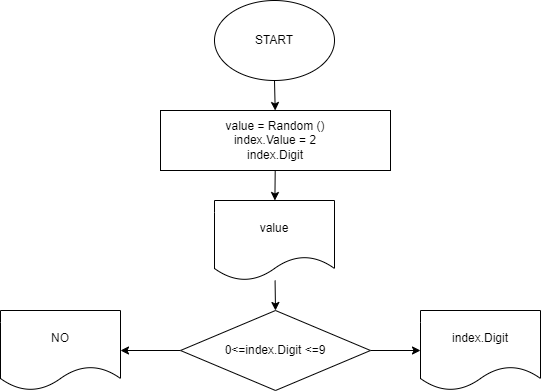
Earlier version of the draw.io export Task13/task13.drawio.png (Justjane2/Homework2). Source tidied: cells renumbered, new cells last; positions are measured from the earlier drawing's top-left corner, leaving out a move shared by most shapes.
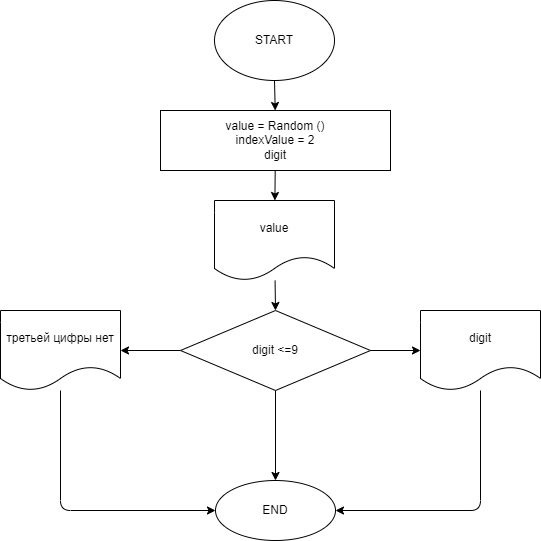
After the commit.

Diff of the diagram source:
```diff
@@ -11,7 +11,7 @@
     <mxCell id="4" style="edgeStyle=none;html=1;" parent="1" edge="1" source="5" target="7">
       <mxGeometry relative="1" as="geometry" />
     </mxCell>
-    <mxCell id="5" value="value = Random ()&lt;br&gt;index.Value = 2&lt;br&gt;index.Digit" style="whiteSpace=wrap;html=1;" parent="1" vertex="1">
+    <mxCell id="5" value="value = Random ()&lt;br&gt;indexValue = 2&lt;br&gt;digit" style="whiteSpace=wrap;html=1;" parent="1" vertex="1">
       <mxGeometry x="160" y="110" width="230" height="60" as="geometry" />
     </mxCell>
     <mxCell id="6" style="edgeStyle=none;html=1;entryX=0.5;entryY=0;entryDx=0;entryDy=0;" parent="1" edge="1" source="7" target="10">
@@ -26,14 +26,34 @@
     <mxCell id="9" style="edgeStyle=none;html=1;" parent="1" edge="1" source="10" target="12">
       <mxGeometry relative="1" as="geometry" />
     </mxCell>
+    <mxCell id="13" style="edgeStyle=none;html=1;" parent="1" edge="1" source="10" target="16">
+      <mxGeometry relative="1" as="geometry" />
+    </mxCell>
-    <mxCell id="10" value="0&amp;lt;=index.Digit &amp;lt;=9" style="rhombus;whiteSpace=wrap;html=1;" parent="1" vertex="1">
+    <mxCell id="10" value="digit &amp;lt;=9" style="rhombus;whiteSpace=wrap;html=1;" parent="1" vertex="1">
       <mxGeometry x="180" y="310" width="190" height="80" as="geometry" />
     </mxCell>
+    <mxCell id="14" style="edgeStyle=none;html=1;entryX=1;entryY=0.5;entryDx=0;entryDy=0;" parent="1" edge="1" source="11" target="16">
+      <mxGeometry relative="1" as="geometry">
+        <Array as="points">
+          <mxPoint x="480" y="510" />
+        </Array>
+      </mxGeometry>
+    </mxCell>
-    <mxCell id="11" value="index.Digit" style="shape=document;whiteSpace=wrap;html=1;boundedLbl=1;" parent="1" vertex="1">
+    <mxCell id="11" value="digit" style="shape=document;whiteSpace=wrap;html=1;boundedLbl=1;" parent="1" vertex="1">
       <mxGeometry x="420" y="310" width="120" height="80" as="geometry" />
     </mxCell>
+    <mxCell id="15" style="edgeStyle=none;html=1;entryX=0;entryY=0.5;entryDx=0;entryDy=0;" parent="1" edge="1" source="12" target="16">
+      <mxGeometry relative="1" as="geometry">
+        <Array as="points">
+          <mxPoint x="60" y="510" />
+        </Array>
+      </mxGeometry>
+    </mxCell>
-    <mxCell id="12" value="NO" style="shape=document;whiteSpace=wrap;html=1;boundedLbl=1;" parent="1" vertex="1">
+    <mxCell id="12" value="третьей цифры нет" style="shape=document;whiteSpace=wrap;html=1;boundedLbl=1;" parent="1" vertex="1">
       <mxGeometry y="310" width="120" height="80" as="geometry" />
     </mxCell>
+    <mxCell id="16" value="END" style="ellipse;whiteSpace=wrap;html=1;" parent="1" vertex="1">
+      <mxGeometry x="215" y="480" width="120" height="60" as="geometry" />
+    </mxCell>
   </root>
 </mxGraphModel>
```
